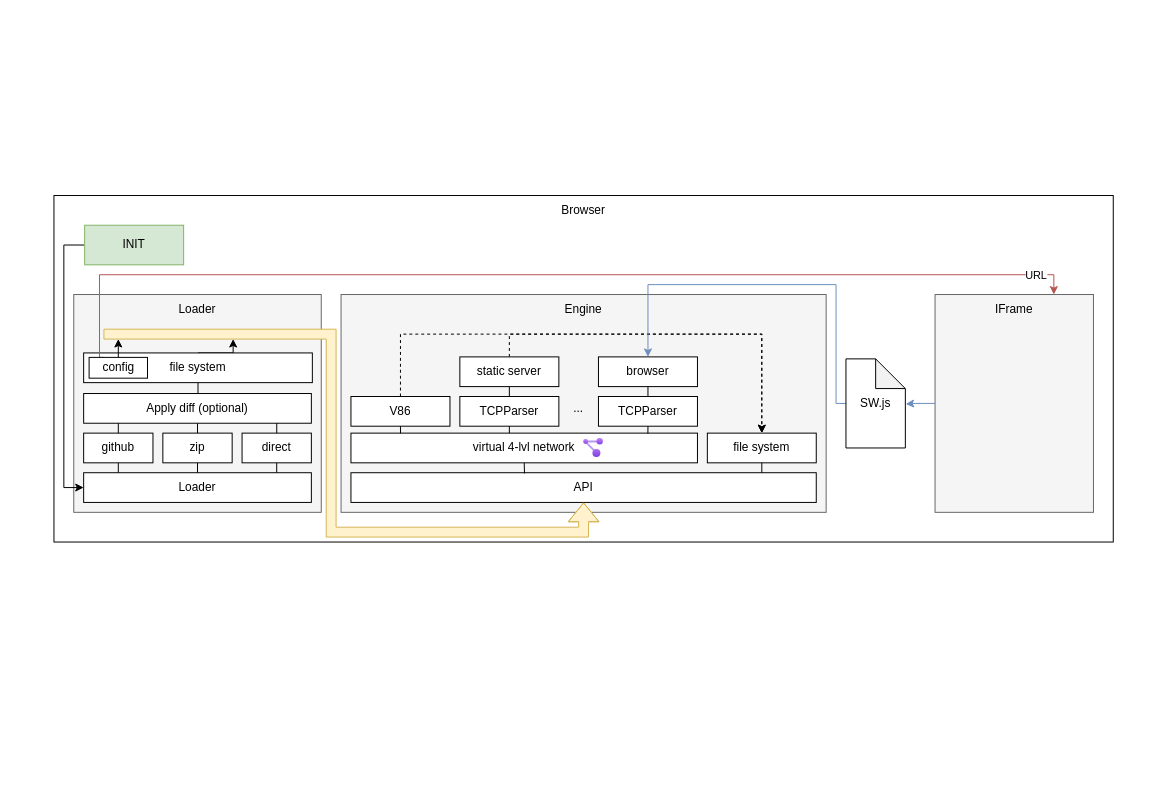
Earlier version of the draw.io diagram architecture.drawio (runwebbox/runwebbox.github.io). Source tidied: cells renumbered, new cells numbered last; positions are measured from the earlier drawing's top-left corner, leaving out a move shared by most shapes. Both pictures are drawn from the tidied source at 99%, with x=0, y=0 at pixel (53, 195).
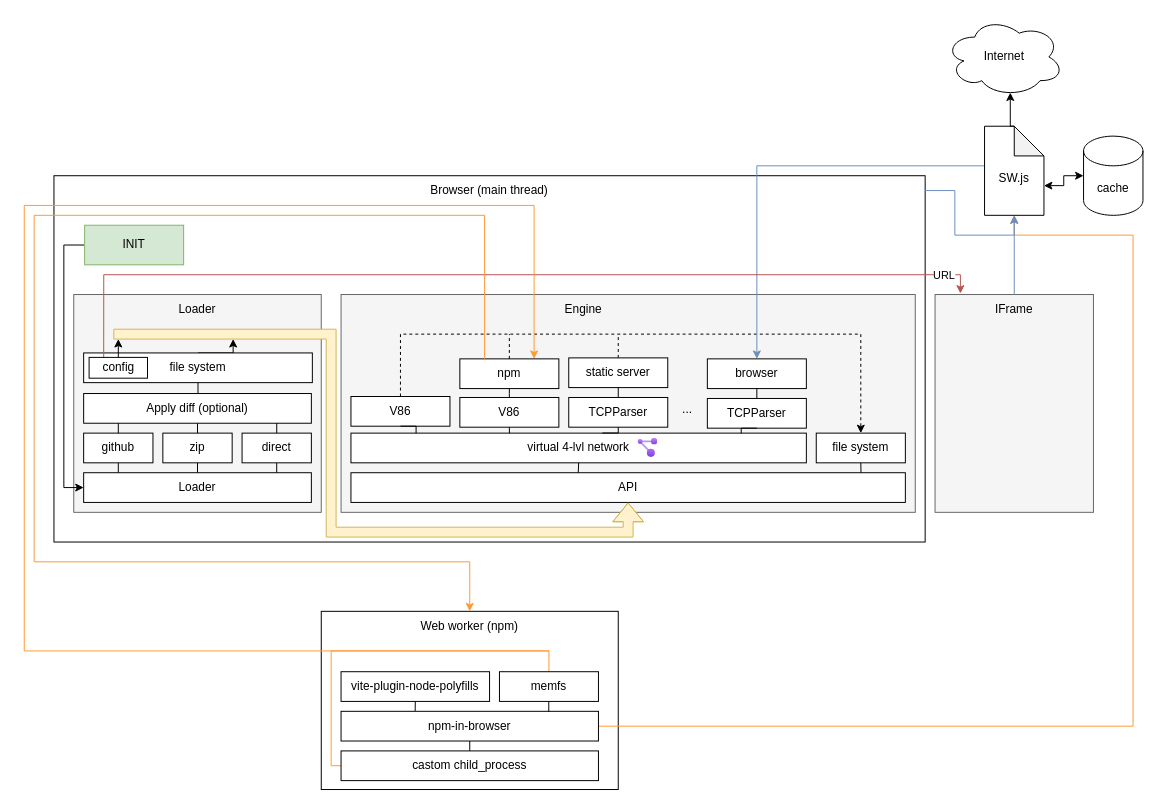
Above is the later version.

Unchanged cells that the change refers to:
```xml
<mxCell id="11" value="V86" style="rounded=0;whiteSpace=wrap;html=1;" parent="1" vertex="1">
  <mxGeometry x="300" y="203" width="100" height="30" as="geometry" />
</mxCell>
<mxCell id="19" style="rounded=0;whiteSpace=wrap;html=1;fillColor=#f5f5f5;fontColor=#333333;strokeColor=#666666;" parent="1" vertex="1">
  <mxGeometry x="890" y="100" width="160" height="220" as="geometry" />
</mxCell>
<mxCell id="20" value="IFrame" style="text;html=1;whiteSpace=wrap;strokeColor=none;fillColor=none;align=center;verticalAlign=middle;rounded=0;" parent="1" vertex="1">
  <mxGeometry x="890" y="100" width="160" height="30" as="geometry" />
</mxCell>
<mxCell id="47" value="config" style="rounded=0;whiteSpace=wrap;html=1;" parent="1" vertex="1">
  <mxGeometry x="35.5" y="163.5" width="59" height="21" as="geometry" />
</mxCell>
```

What changed in the source:
```diff
@@
+    <mxCell id="53" style="rounded=0;whiteSpace=wrap;html=1;" parent="1" vertex="1">
+      <mxGeometry x="270" y="420" width="300" height="180" as="geometry" />
+    </mxCell>
     <mxCell id="2" style="rounded=0;whiteSpace=wrap;html=1;" parent="1" vertex="1">
-      <mxGeometry width="1070" height="350" as="geometry" />
+      <mxGeometry y="-20" width="880" height="370" as="geometry" />
     </mxCell>
     <mxCell id="3" style="rounded=0;whiteSpace=wrap;html=1;fillColor=#f5f5f5;fontColor=#333333;strokeColor=#666666;" parent="1" vertex="1">
-      <mxGeometry x="290" y="100" width="490" height="220" as="geometry" />
+      <mxGeometry x="290" y="100" width="580" height="220" as="geometry" />
     </mxCell>
@@
     <mxCell id="5" value="API" style="rounded=0;whiteSpace=wrap;html=1;" parent="1" vertex="1">
-      <mxGeometry x="300" y="280" width="470" height="30" as="geometry" />
+      <mxGeometry x="300" y="280" width="560" height="30" as="geometry" />
     </mxCell>
     <mxCell id="6" value="file system" style="rounded=0;whiteSpace=wrap;html=1;" parent="1" vertex="1">
-      <mxGeometry x="660" y="240" width="110" height="30" as="geometry" />
+      <mxGeometry x="770" y="240" width="90" height="30" as="geometry" />
     </mxCell>
     <mxCell id="7" value="virtual 4-lvl network" style="rounded=0;whiteSpace=wrap;html=1;" parent="1" vertex="1">
-      <mxGeometry x="300" y="240" width="350" height="30" as="geometry" />
+      <mxGeometry x="300" y="240" width="460" height="30" as="geometry" />
     </mxCell>
     <mxCell id="8" value="TCPParser" style="rounded=0;whiteSpace=wrap;html=1;" parent="1" vertex="1">
-      <mxGeometry x="550" y="203" width="100" height="30" as="geometry" />
+      <mxGeometry x="660" y="205" width="100" height="30" as="geometry" />
     </mxCell>
     <mxCell id="9" value="TCPParser" style="rounded=0;whiteSpace=wrap;html=1;" parent="1" vertex="1">
-      <mxGeometry x="410" y="203" width="100" height="30" as="geometry" />
+      <mxGeometry x="520" y="204" width="100" height="30" as="geometry" />
     </mxCell>
     <mxCell id="10" style="edgeStyle=orthogonalEdgeStyle;rounded=0;jettySize=auto;html=1;exitX=0.5;exitY=0;exitDx=0;exitDy=0;entryX=0.5;entryY=0;entryDx=0;entryDy=0;dashed=1;" parent="1" edge="1" source="11" target="6">
       <mxGeometry relative="1" as="geometry">
         <Array as="points">
           <mxPoint x="350" y="140" />
-          <mxPoint x="715" y="140" />
+          <mxPoint x="815" y="140" />
         </Array>
       </mxGeometry>
     </mxCell>
@@
     <mxCell id="12" value="..." style="text;html=1;whiteSpace=wrap;strokeColor=none;fillColor=none;align=center;verticalAlign=middle;rounded=0;" parent="1" vertex="1">
-      <mxGeometry x="510" y="200" width="40" height="30" as="geometry" />
+      <mxGeometry x="620" y="201" width="40" height="30" as="geometry" />
     </mxCell>
@@
     <mxCell id="14" value="browser" style="rounded=0;whiteSpace=wrap;html=1;" parent="1" vertex="1">
-      <mxGeometry x="550" y="163" width="100" height="30" as="geometry" />
+      <mxGeometry x="660" y="165" width="100" height="30" as="geometry" />
     </mxCell>
-    <mxCell id="15" style="edgeStyle=orthogonalEdgeStyle;rounded=0;jettySize=auto;html=1;exitX=0.5;exitY=0;exitDx=0;exitDy=0;entryX=0.5;entryY=0;entryDx=0;entryDy=0;dashed=1;jumpStyle=none;" parent="1" edge="1" source="16" target="6">
+    <mxCell id="15" style="edgeStyle=orthogonalEdgeStyle;rounded=0;jettySize=auto;html=1;exitX=0.5;exitY=0;exitDx=0;exitDy=0;dashed=1;jumpStyle=none;endArrow=none;endFill=0;" parent="1" edge="1" source="16">
       <mxGeometry relative="1" as="geometry">
+        <mxPoint x="570" y="140" as="targetPoint" />
         <Array as="points">
-          <mxPoint x="460" y="140" />
-          <mxPoint x="715" y="140" />
+          <mxPoint x="570" y="140" />
         </Array>
       </mxGeometry>
     </mxCell>
     <mxCell id="16" value="static server" style="rounded=0;whiteSpace=wrap;html=1;" parent="1" vertex="1">
-      <mxGeometry x="410" y="163" width="100" height="30" as="geometry" />
+      <mxGeometry x="520" y="164" width="100" height="30" as="geometry" />
     </mxCell>
     <mxCell id="17" style="image;html=1;align=center;fontSize=12;image=img/lib/azure2/management_governance/Resource_Graph_Explorer.svg;" parent="1" vertex="1">
-      <mxGeometry x="535" y="245.5" width="20" height="19.1" as="geometry" />
+      <mxGeometry x="590" y="245.4" width="20" height="19.1" as="geometry" />
     </mxCell>
-    <mxCell id="18" value="Browser" style="text;html=1;whiteSpace=wrap;strokeColor=none;fillColor=none;align=center;verticalAlign=middle;rounded=0;" parent="1" vertex="1">
-      <mxGeometry width="1070" height="30" as="geometry" />
+    <mxCell id="18" value="Browser (&lt;span style=&quot;background-color: transparent; color: light-dark(rgb(0, 0, 0), rgb(255, 255, 255));&quot;&gt;main thread)&lt;/span&gt;" style="text;html=1;whiteSpace=wrap;strokeColor=none;fillColor=none;align=center;verticalAlign=middle;rounded=0;" parent="1" vertex="1">
+      <mxGeometry y="-20" width="880" height="30" as="geometry" />
     </mxCell>
@@
     <mxCell id="21" style="edgeStyle=orthogonalEdgeStyle;rounded=0;jettySize=auto;html=1;exitX=0;exitY=0.5;exitDx=0;exitDy=0;exitPerimeter=0;entryX=0.5;entryY=0;entryDx=0;entryDy=0;fillColor=#dae8fc;strokeColor=#6c8ebf;" parent="1" edge="1" source="22" target="14">
       <mxGeometry relative="1" as="geometry">
         <Array as="points">
-          <mxPoint x="790" y="210" />
-          <mxPoint x="790" y="90" />
-          <mxPoint x="600" y="90" />
+          <mxPoint x="940" y="-30" />
+          <mxPoint x="710" y="-30" />
         </Array>
       </mxGeometry>
     </mxCell>
-    <mxCell id="22" value="SW.js" style="shape=note;whiteSpace=wrap;html=1;backgroundOutline=1;darkOpacity=0.05;" parent="1" vertex="1">
-      <mxGeometry x="800" y="165" width="60" height="90" as="geometry" />
+    <mxCell id="22" value="&lt;div&gt;&lt;br&gt;&lt;/div&gt;SW.js" style="shape=note;whiteSpace=wrap;html=1;backgroundOutline=1;darkOpacity=0.05;" parent="1" vertex="1">
+      <mxGeometry x="940" y="-70" width="60" height="90" as="geometry" />
     </mxCell>
-    <mxCell id="23" style="edgeStyle=orthogonalEdgeStyle;rounded=0;jettySize=auto;html=1;entryX=1.006;entryY=0.507;entryDx=0;entryDy=0;entryPerimeter=0;fillColor=#dae8fc;strokeColor=#6c8ebf;" parent="1" edge="1" source="19" target="22">
+    <mxCell id="23" style="edgeStyle=orthogonalEdgeStyle;rounded=0;jettySize=auto;html=1;entryX=0.5;entryY=1;entryDx=0;entryDy=0;entryPerimeter=0;fillColor=#dae8fc;strokeColor=#6c8ebf;" parent="1" edge="1" source="19" target="22">
       <mxGeometry relative="1" as="geometry" />
     </mxCell>
@@
-    <mxCell id="25" style="edgeStyle=orthogonalEdgeStyle;rounded=0;jettySize=auto;html=1;exitX=0.5;exitY=1;exitDx=0;exitDy=0;endArrow=none;endFill=0;" parent="1" edge="1" source="9">
+    <mxCell id="25" style="edgeStyle=orthogonalEdgeStyle;rounded=0;jettySize=auto;html=1;exitX=0.5;exitY=1;exitDx=0;exitDy=0;endArrow=none;endFill=0;entryX=0.552;entryY=-0.003;entryDx=0;entryDy=0;entryPerimeter=0;" parent="1" edge="1" source="9" target="7">
       <mxGeometry relative="1" as="geometry">
-        <mxPoint x="460" y="240" as="targetPoint" />
+        <Array as="points">
+          <mxPoint x="554" y="240" />
+        </Array>
       </mxGeometry>
     </mxCell>
@@
-    <mxCell id="45" style="edgeStyle=orthogonalEdgeStyle;rounded=0;jettySize=auto;html=1;exitX=0.25;exitY=0;exitDx=0;exitDy=0;entryX=0.75;entryY=0;entryDx=0;entryDy=0;fillColor=#f8cecc;strokeColor=#b85450;" parent="1" edge="1" source="47" target="20">
+    <mxCell id="45" style="edgeStyle=orthogonalEdgeStyle;rounded=0;jettySize=auto;html=1;exitX=0.25;exitY=0;exitDx=0;exitDy=0;entryX=0.16;entryY=-0.033;entryDx=0;entryDy=0;fillColor=#f8cecc;strokeColor=#b85450;entryPerimeter=0;" parent="1" edge="1" source="47" target="20">
       <mxGeometry relative="1" as="geometry">
         <Array as="points">
-          <mxPoint x="46" y="80" />
-          <mxPoint x="1010" y="80" />
+          <mxPoint x="50" y="80" />
+          <mxPoint x="916" y="80" />
         </Array>
       </mxGeometry>
     </mxCell>
@@
     <mxCell id="50" style="shape=flexArrow;endArrow=classic;startArrow=none;html=1;rounded=0;entryX=0.5;entryY=1;entryDx=0;entryDy=0;edgeStyle=orthogonalEdgeStyle;fillColor=#fff2cc;strokeColor=#d6b656;startFill=0;" parent="1" edge="1" target="5">
       <mxGeometry relative="1" as="geometry">
-        <mxPoint x="50" y="140" as="sourcePoint" />
+        <mxPoint x="60" y="140" as="sourcePoint" />
         <Array as="points">
           <mxPoint x="280" y="140" />
           <mxPoint x="280" y="340" />
-          <mxPoint x="535" y="340" />
+          <mxPoint x="580" y="340" />
         </Array>
       </mxGeometry>
     </mxCell>
-    <mxCell id="51" style="edgeStyle=orthogonalEdgeStyle;rounded=0;jettySize=auto;html=1;exitX=0.5;exitY=1;exitDx=0;exitDy=0;entryX=0.883;entryY=0;entryDx=0;entryDy=0;entryPerimeter=0;endArrow=none;endFill=0;" parent="1" edge="1" source="6" target="5">
+    <mxCell id="51" style="edgeStyle=orthogonalEdgeStyle;rounded=0;jettySize=auto;html=1;exitX=0.5;exitY=1;exitDx=0;exitDy=0;entryX=0.92;entryY=-0.005;entryDx=0;entryDy=0;entryPerimeter=0;endArrow=none;endFill=0;" parent="1" edge="1" source="6" target="5">
       <mxGeometry relative="1" as="geometry" />
     </mxCell>
-    <mxCell id="52" style="edgeStyle=orthogonalEdgeStyle;rounded=0;jettySize=auto;html=1;exitX=0.5;exitY=1;exitDx=0;exitDy=0;entryX=0.373;entryY=0.023;entryDx=0;entryDy=0;entryPerimeter=0;endArrow=none;endFill=0;" parent="1" edge="1" source="7" target="5">
-      <mxGeometry relative="1" as="geometry" />
+    <mxCell id="52" style="edgeStyle=orthogonalEdgeStyle;rounded=0;jettySize=auto;html=1;exitX=0.5;exitY=1;exitDx=0;exitDy=0;entryX=0.41;entryY=-0.005;entryDx=0;entryDy=0;entryPerimeter=0;endArrow=none;endFill=0;" parent="1" edge="1" source="7" target="5">
+      <mxGeometry relative="1" as="geometry">
+        <Array as="points">
+          <mxPoint x="530" y="270" />
+        </Array>
+      </mxGeometry>
     </mxCell>
+    <mxCell id="54" value="cache" style="shape=cylinder3;whiteSpace=wrap;html=1;boundedLbl=1;backgroundOutline=1;size=15;" parent="1" vertex="1">
+      <mxGeometry x="1040" y="-60" width="60" height="80" as="geometry" />
+    </mxCell>
+    <mxCell id="55" style="edgeStyle=orthogonalEdgeStyle;rounded=0;jettySize=auto;html=1;exitX=0;exitY=0;exitDx=60;exitDy=60;exitPerimeter=0;entryX=0;entryY=0.5;entryDx=0;entryDy=0;entryPerimeter=0;startArrow=classic;startFill=1;endArrow=classic;endFill=1;" parent="1" edge="1" source="22" target="54">
+      <mxGeometry relative="1" as="geometry" />
+    </mxCell>
+    <mxCell id="56" value="Internet" style="ellipse;shape=cloud;whiteSpace=wrap;html=1;" parent="1" vertex="1">
+      <mxGeometry x="900" y="-180" width="120" height="80" as="geometry" />
+    </mxCell>
+    <mxCell id="57" style="edgeStyle=orthogonalEdgeStyle;rounded=0;jettySize=auto;html=1;exitX=0;exitY=0;exitDx=30;exitDy=0;exitPerimeter=0;entryX=0.55;entryY=0.95;entryDx=0;entryDy=0;entryPerimeter=0;" parent="1" edge="1" source="22" target="56">
+      <mxGeometry relative="1" as="geometry" />
+    </mxCell>
+    <mxCell id="58" value="V86" style="rounded=0;whiteSpace=wrap;html=1;" parent="1" vertex="1">
+      <mxGeometry x="410" y="204" width="100" height="30" as="geometry" />
+    </mxCell>
+    <mxCell id="59" style="edgeStyle=orthogonalEdgeStyle;rounded=0;jettySize=auto;html=1;exitX=0.5;exitY=1;exitDx=0;exitDy=0;entryX=0.348;entryY=0.006;entryDx=0;entryDy=0;entryPerimeter=0;endArrow=none;endFill=0;" parent="1" edge="1" source="58" target="7">
+      <mxGeometry relative="1" as="geometry" />
+    </mxCell>
+    <mxCell id="60" style="edgeStyle=orthogonalEdgeStyle;rounded=0;jettySize=auto;html=1;entryX=0.5;entryY=0;entryDx=0;entryDy=0;endArrow=none;endFill=0;exitX=0.5;exitY=1;exitDx=0;exitDy=0;" parent="1" edge="1" source="61" target="58">
+      <mxGeometry relative="1" as="geometry">
+        <Array as="points">
+          <mxPoint x="460" y="200" />
+          <mxPoint x="460" y="200" />
+        </Array>
+      </mxGeometry>
+    </mxCell>
+    <mxCell id="61" value="npm" style="rounded=0;whiteSpace=wrap;html=1;" parent="1" vertex="1">
+      <mxGeometry x="410" y="165" width="100" height="30" as="geometry" />
+    </mxCell>
+    <mxCell id="62" style="edgeStyle=orthogonalEdgeStyle;rounded=0;jettySize=auto;html=1;exitX=0.5;exitY=0;exitDx=0;exitDy=0;dashed=1;endArrow=none;endFill=0;" parent="1" edge="1" source="61">
+      <mxGeometry relative="1" as="geometry">
+        <mxPoint x="460" y="140" as="targetPoint" />
+        <Array as="points">
+          <mxPoint x="460" y="140" />
+        </Array>
+      </mxGeometry>
+    </mxCell>
+    <mxCell id="63" style="edgeStyle=orthogonalEdgeStyle;rounded=0;jettySize=auto;html=1;exitX=0.25;exitY=0;exitDx=0;exitDy=0;entryX=0.5;entryY=0;entryDx=0;entryDy=0;strokeColor=#FF9933;" parent="1" edge="1" source="61" target="65">
+      <mxGeometry relative="1" as="geometry">
+        <Array as="points">
+          <mxPoint x="435" y="20" />
+          <mxPoint x="-20" y="20" />
+          <mxPoint x="-20" y="370" />
+          <mxPoint x="420" y="370" />
+        </Array>
+      </mxGeometry>
+    </mxCell>
+    <mxCell id="64" style="edgeStyle=orthogonalEdgeStyle;rounded=0;jettySize=auto;html=1;entryX=0.5;entryY=1;entryDx=0;entryDy=0;entryPerimeter=0;strokeColor=#FF9933;exitX=1;exitY=0.5;exitDx=0;exitDy=0;" parent="1" edge="1" source="68" target="22">
+      <mxGeometry relative="1" as="geometry">
+        <Array as="points">
+          <mxPoint x="1090" y="536" />
+          <mxPoint x="1090" y="40" />
+          <mxPoint x="970" y="40" />
+        </Array>
+      </mxGeometry>
+    </mxCell>
+    <mxCell id="65" value="&lt;span style=&quot;background-color: transparent; color: light-dark(rgb(0, 0, 0), rgb(255, 255, 255));&quot;&gt;Web worker (npm)&lt;/span&gt;" style="text;html=1;whiteSpace=wrap;strokeColor=none;fillColor=none;align=center;verticalAlign=middle;rounded=0;" parent="1" vertex="1">
+      <mxGeometry x="270" y="420" width="300" height="30" as="geometry" />
+    </mxCell>
+    <mxCell id="66" style="edgeStyle=orthogonalEdgeStyle;rounded=0;jettySize=auto;html=1;entryX=0.75;entryY=0;entryDx=0;entryDy=0;endArrow=classic;endFill=1;fillColor=#1ba1e2;strokeColor=#FF9933;" parent="1" edge="1" source="67" target="61">
+      <mxGeometry relative="1" as="geometry">
+        <Array as="points">
+          <mxPoint x="500" y="460" />
+          <mxPoint x="-30" y="460" />
+          <mxPoint x="-30" y="10" />
+          <mxPoint x="485" y="10" />
+        </Array>
+      </mxGeometry>
+    </mxCell>
+    <mxCell id="67" value="memfs" style="rounded=0;whiteSpace=wrap;html=1;" parent="1" vertex="1">
+      <mxGeometry x="450" y="481" width="100" height="30" as="geometry" />
+    </mxCell>
+    <mxCell id="68" value="npm-in-browser" style="rounded=0;whiteSpace=wrap;html=1;" parent="1" vertex="1">
+      <mxGeometry x="290" y="521" width="260" height="30" as="geometry" />
+    </mxCell>
+    <mxCell id="69" value="vite-plugin-node-polyfills" style="rounded=0;whiteSpace=wrap;html=1;" parent="1" vertex="1">
+      <mxGeometry x="290" y="481" width="150" height="30" as="geometry" />
+    </mxCell>
+    <mxCell id="70" style="edgeStyle=orthogonalEdgeStyle;rounded=0;jettySize=auto;html=1;strokeColor=#FF9933;endArrow=none;endFill=0;" parent="1" edge="1" source="71">
+      <mxGeometry relative="1" as="geometry">
+        <mxPoint x="500" y="460" as="targetPoint" />
+        <Array as="points">
+          <mxPoint x="280" y="576" />
+          <mxPoint x="280" y="460" />
+        </Array>
+      </mxGeometry>
+    </mxCell>
+    <mxCell id="71" value="castom child_process" style="rounded=0;whiteSpace=wrap;html=1;" parent="1" vertex="1">
+      <mxGeometry x="290" y="561" width="260" height="30" as="geometry" />
+    </mxCell>
+    <mxCell id="72" style="edgeStyle=orthogonalEdgeStyle;rounded=0;jettySize=auto;html=1;entryX=0.288;entryY=-0.012;entryDx=0;entryDy=0;entryPerimeter=0;endArrow=none;endFill=0;" parent="1" edge="1" target="68">
+      <mxGeometry relative="1" as="geometry">
+        <mxPoint x="365" y="511" as="sourcePoint" />
+      </mxGeometry>
+    </mxCell>
+    <mxCell id="73" style="edgeStyle=orthogonalEdgeStyle;rounded=0;jettySize=auto;html=1;entryX=0.807;entryY=0.014;entryDx=0;entryDy=0;entryPerimeter=0;endArrow=none;endFill=0;" parent="1" edge="1" source="67" target="68">
+      <mxGeometry relative="1" as="geometry">
+        <Array as="points">
+          <mxPoint x="500" y="511" />
+          <mxPoint x="500" y="511" />
+        </Array>
+      </mxGeometry>
+    </mxCell>
+    <mxCell id="74" style="edgeStyle=orthogonalEdgeStyle;rounded=0;jettySize=auto;html=1;entryX=0.5;entryY=1;entryDx=0;entryDy=0;endArrow=none;endFill=0;exitX=0.5;exitY=0;exitDx=0;exitDy=0;" parent="1" edge="1" source="71" target="68">
+      <mxGeometry relative="1" as="geometry">
+        <Array as="points">
+          <mxPoint x="420" y="560" />
+          <mxPoint x="420" y="560" />
+        </Array>
+      </mxGeometry>
+    </mxCell>
+    <mxCell id="75" style="edgeStyle=orthogonalEdgeStyle;rounded=0;jettySize=auto;html=1;entryX=0.5;entryY=1;entryDx=0;entryDy=0;entryPerimeter=0;strokeColor=#6C8EBF;" parent="1" edge="1" source="18" target="22">
+      <mxGeometry relative="1" as="geometry" />
+    </mxCell>
```
